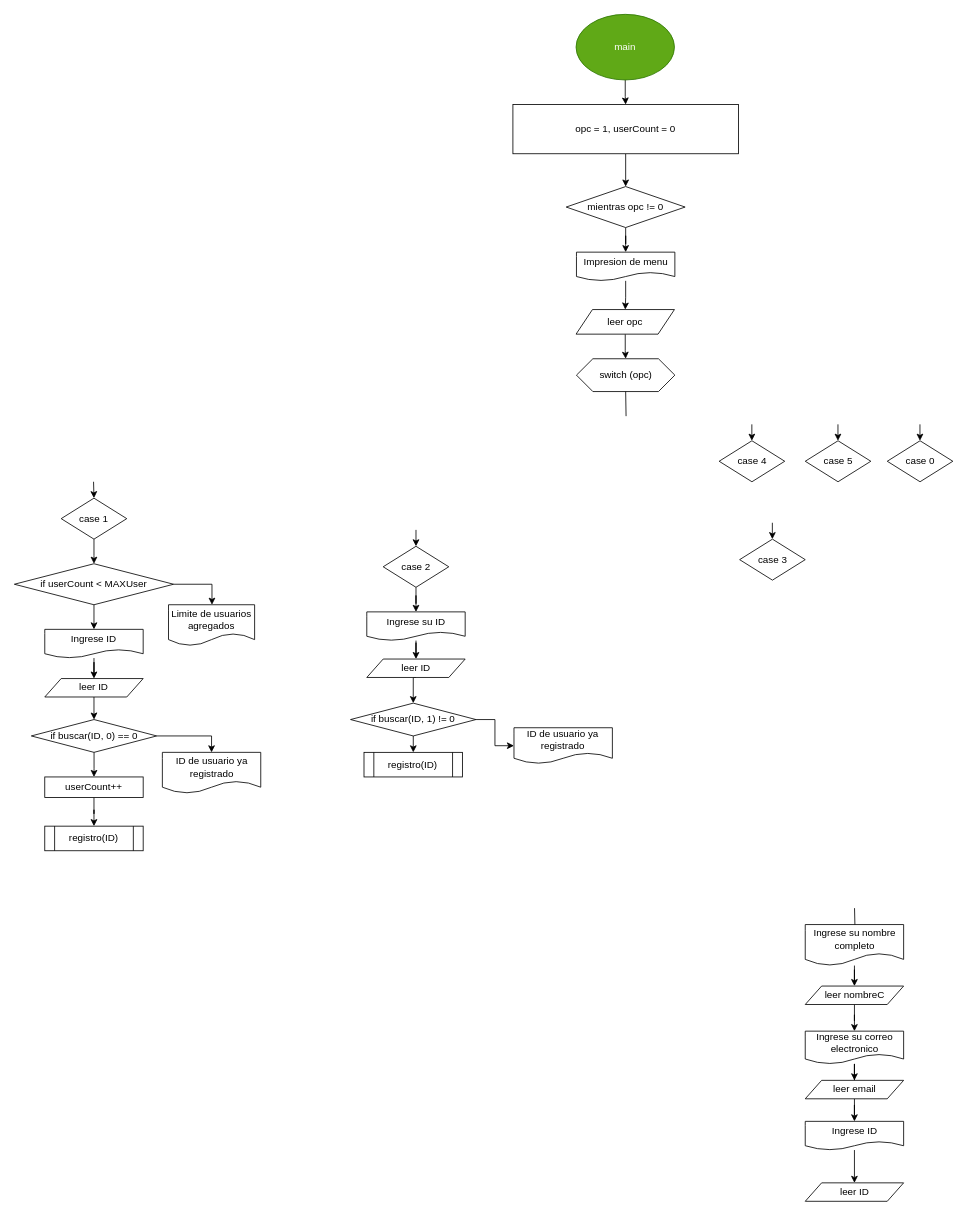
Earlier version of the draw.io diagram prograEstructurada/agendaElectronica/agendaElecronica.drawio (MrChilaquiles/Exercises). Source tidied: cells renumbered, new cells numbered last; positions are measured from the earlier drawing's top-left corner, leaving out a move shared by most shapes. Both pictures are drawn from the tidied source at 82%, with x=0, y=0 at pixel (14, 14).
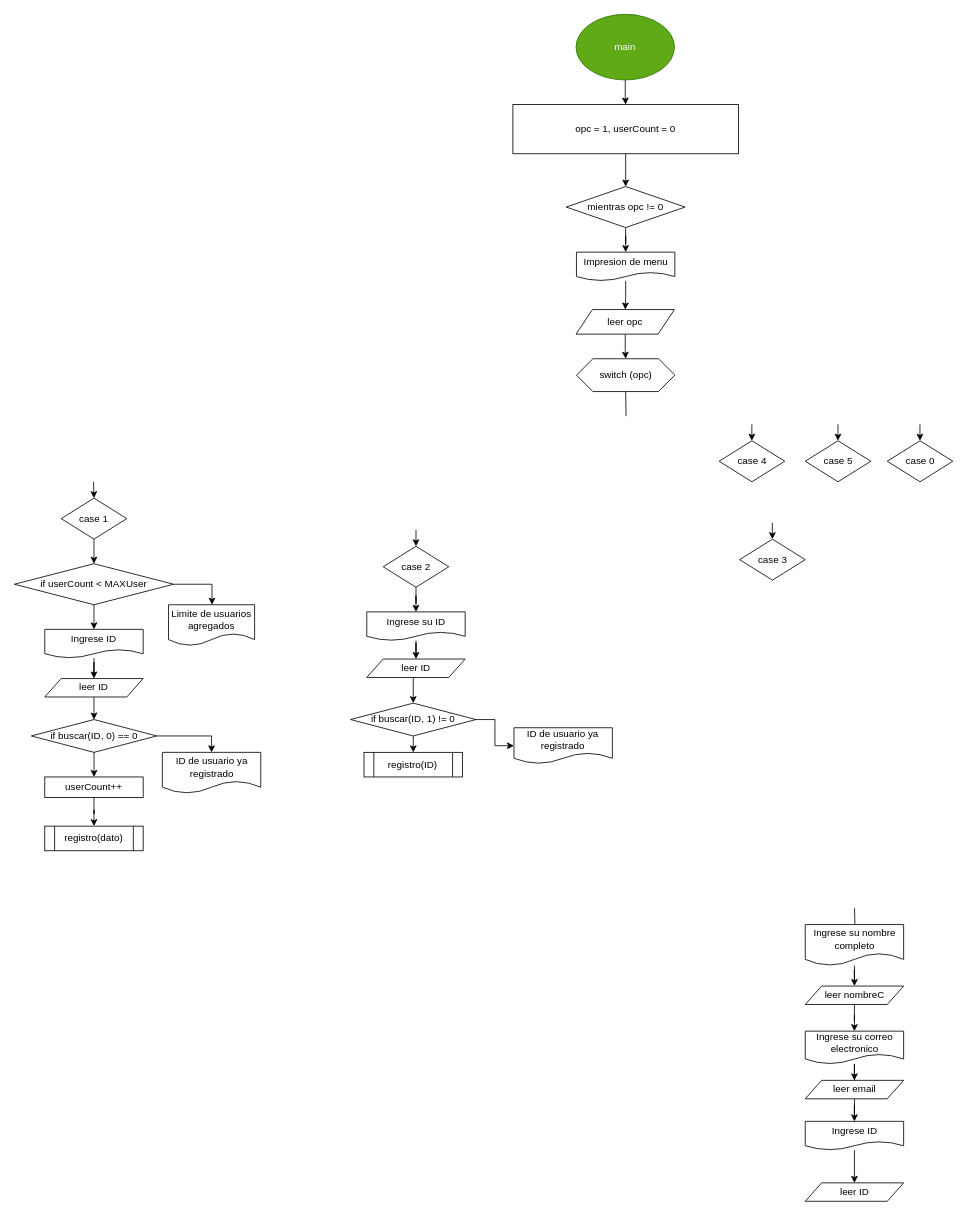
After the change.

Diff of the diagram source:
```diff
@@
-    <mxCell id="51" value="registro(ID)" style="shape=process;whiteSpace=wrap;html=1;backgroundOutline=1;" parent="1" vertex="1">
+    <mxCell id="51" value="registro(dato)" style="shape=process;whiteSpace=wrap;html=1;backgroundOutline=1;" parent="1" vertex="1">
       <mxGeometry x="37.1" y="990" width="120" height="30" as="geometry" />
     </mxCell>
```
